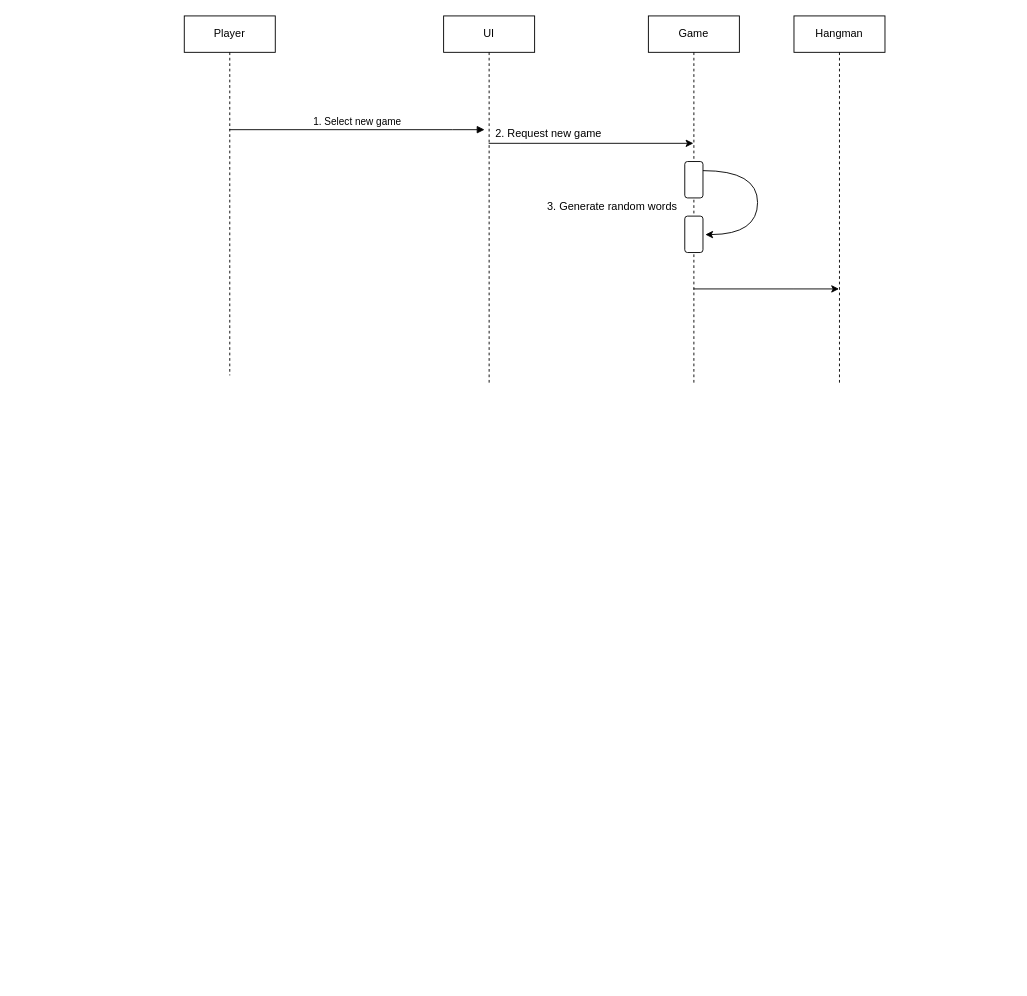
This is Use Case Diagram/Sequence Diagram.drawio from KingRei123/HangmanGame, a draw.io file, before an edit. Source tidied: cells renumbered, new cells numbered last; positions are measured from the earlier drawing's top-left corner, leaving out a move shared by most shapes. Both pictures are drawn from the tidied source at 91%, with x=0, y=0 at pixel (184, 15).
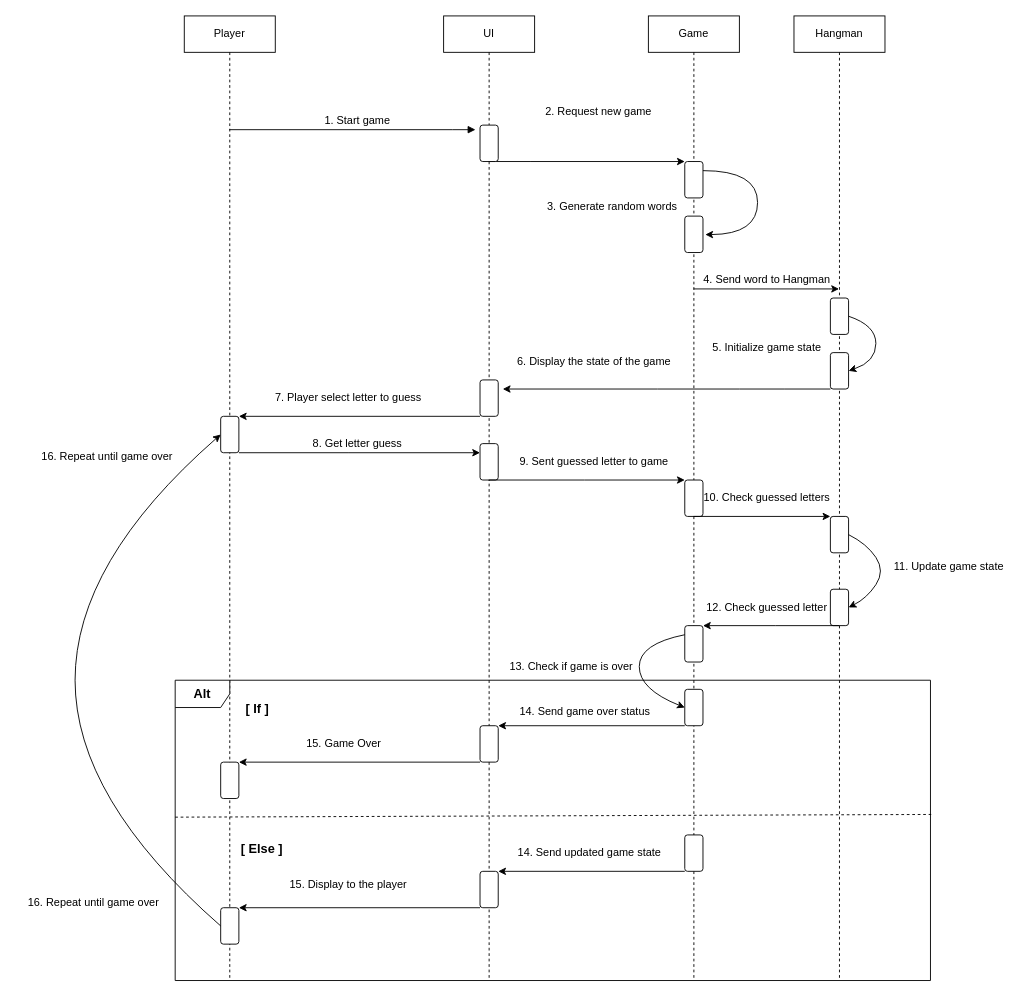
The same diagram, later.

The change refers to these unchanged cells:
```xml
<mxCell id="11" style="rounded=1;whiteSpace=wrap;html=1;rotation=90;" parent="10" vertex="1">
  <mxGeometry x="-10" y="10" width="40" height="20" as="geometry" />
</mxCell>
```

Diff of the diagram source:
```diff
@@
     <mxCell id="2" value="Player" style="shape=umlLifeline;perimeter=lifelinePerimeter;whiteSpace=wrap;html=1;outlineConnect=0;portConstraint=eastwest;newEdgeStyle={&quot;edgeStyle&quot;:&quot;elbowEdgeStyle&quot;,&quot;elbow&quot;:&quot;vertical&quot;,&quot;curved&quot;:0,&quot;rounded&quot;:0};" parent="1" vertex="1">
-      <mxGeometry width="100" height="395" as="geometry" />
+      <mxGeometry width="100" height="1060" as="geometry" />
     </mxCell>
     <mxCell id="3" value="UI" style="shape=umlLifeline;perimeter=lifelinePerimeter;whiteSpace=wrap;html=1;outlineConnect=0;portConstraint=eastwest;newEdgeStyle={&quot;edgeStyle&quot;:&quot;elbowEdgeStyle&quot;,&quot;elbow&quot;:&quot;vertical&quot;,&quot;curved&quot;:0,&quot;rounded&quot;:0};" parent="1" vertex="1">
-      <mxGeometry x="285" width="100" height="405" as="geometry" />
+      <mxGeometry x="285" width="100" height="1060" as="geometry" />
     </mxCell>
-    <mxCell id="4" value="1. Select new game" style="html=1;verticalAlign=bottom;endArrow=block;edgeStyle=elbowEdgeStyle;elbow=vertical;curved=0;rounded=0;" parent="1" edge="1" source="2">
+    <mxCell id="4" style="html=1;verticalAlign=bottom;endArrow=block;edgeStyle=elbowEdgeStyle;elbow=vertical;curved=0;rounded=0;" parent="1" edge="1" source="2">
       <mxGeometry relative="1" as="geometry">
-        <mxPoint x="330" y="125" as="targetPoint" />
+        <mxPoint x="320" y="125" as="targetPoint" />
         <Array as="points">
           <mxPoint x="295" y="125" />
         </Array>
       </mxGeometry>
     </mxCell>
     <mxCell id="5" value="Game" style="shape=umlLifeline;perimeter=lifelinePerimeter;whiteSpace=wrap;html=1;outlineConnect=0;portConstraint=eastwest;newEdgeStyle={&quot;edgeStyle&quot;:&quot;elbowEdgeStyle&quot;,&quot;elbow&quot;:&quot;vertical&quot;,&quot;curved&quot;:0,&quot;rounded&quot;:0};" parent="1" vertex="1">
-      <mxGeometry x="510" width="100" height="405" as="geometry" />
+      <mxGeometry x="510" width="100" height="1060" as="geometry" />
     </mxCell>
     <mxCell id="6" value="Hangman" style="shape=umlLifeline;perimeter=lifelinePerimeter;whiteSpace=wrap;html=1;outlineConnect=0;portConstraint=eastwest;newEdgeStyle={&quot;edgeStyle&quot;:&quot;elbowEdgeStyle&quot;,&quot;elbow&quot;:&quot;vertical&quot;,&quot;curved&quot;:0,&quot;rounded&quot;:0};" parent="1" vertex="1">
-      <mxGeometry x="670" width="100" height="405" as="geometry" />
+      <mxGeometry x="670" width="100" height="1060" as="geometry" />
     </mxCell>
-    <mxCell id="7" style="endArrow=classic;html=1;rounded=0;" parent="1" edge="1" source="3" target="5">
+    <mxCell id="7" style="endArrow=classic;html=1;rounded=0;startArrow=none;entryX=0;entryY=1;entryDx=0;entryDy=0;" parent="1" edge="1" source="3" target="11">
       <mxGeometry relative="1" as="geometry">
         <Array as="points">
-          <mxPoint x="370" y="140" />
+          <mxPoint x="380" y="160" />
         </Array>
       </mxGeometry>
     </mxCell>
     <mxCell id="8" value="2. Request new game" style="text;html=1;align=center;verticalAlign=middle;strokeColor=none;fillColor=none;" parent="1" vertex="1">
-      <mxGeometry x="330" y="115" width="140" height="30" as="geometry" />
+      <mxGeometry x="385" y="90" width="140" height="30" as="geometry" />
     </mxCell>
@@
+    <mxCell id="15" value="4. Send word to Hangman" style="text;html=1;align=center;verticalAlign=middle;strokeColor=none;fillColor=none;" parent="1" vertex="1">
+      <mxGeometry x="560" y="275" width="160" height="30" as="geometry" />
+    </mxCell>
+    <mxCell id="16" style="rounded=1;whiteSpace=wrap;html=1;rotation=90;" parent="1" vertex="1">
+      <mxGeometry x="700" y="320" width="40" height="20" as="geometry" />
+    </mxCell>
+    <mxCell id="17" style="rounded=1;whiteSpace=wrap;html=1;rotation=90;" parent="1" vertex="1">
+      <mxGeometry x="700" y="380" width="40" height="20" as="geometry" />
+    </mxCell>
+    <mxCell id="18" style="curved=1;endArrow=classic;html=1;rounded=0;exitX=0.5;exitY=0;exitDx=0;exitDy=0;entryX=0.5;entryY=0;entryDx=0;entryDy=0;" parent="1" edge="1" source="16" target="17">
+      <mxGeometry relative="1" as="geometry">
+        <Array as="points">
+          <mxPoint x="760" y="340" />
+          <mxPoint x="760" y="380" />
+        </Array>
+      </mxGeometry>
+    </mxCell>
+    <mxCell id="19" value="5. Initialize game state" style="text;html=1;align=center;verticalAlign=middle;strokeColor=none;fillColor=none;" parent="1" vertex="1">
+      <mxGeometry x="570" y="350" width="140" height="30" as="geometry" />
+    </mxCell>
+    <mxCell id="20" style="rounded=1;whiteSpace=wrap;html=1;rotation=90;" parent="1" vertex="1">
+      <mxGeometry x="315" y="410" width="40" height="20" as="geometry" />
+    </mxCell>
+    <mxCell id="21" style="endArrow=classic;html=1;rounded=0;exitX=1;exitY=1;exitDx=0;exitDy=0;" parent="1" edge="1" source="17">
+      <mxGeometry relative="1" as="geometry">
+        <mxPoint x="350" y="410" as="targetPoint" />
+        <Array as="points">
+          <mxPoint x="660" y="410" />
+          <mxPoint x="610" y="410" />
+          <mxPoint x="520" y="410" />
+        </Array>
+      </mxGeometry>
+    </mxCell>
+    <mxCell id="22" value="6. Display the state of the game" style="text;html=1;align=center;verticalAlign=middle;strokeColor=none;fillColor=none;" parent="1" vertex="1">
+      <mxGeometry x="355" y="365" width="190" height="30" as="geometry" />
+    </mxCell>
+    <mxCell id="23" style="rounded=1;whiteSpace=wrap;html=1;rotation=90;" parent="1" vertex="1">
+      <mxGeometry x="30" y="450" width="40" height="20" as="geometry" />
+    </mxCell>
+    <mxCell id="24" style="endArrow=classic;html=1;rounded=0;entryX=0;entryY=0;entryDx=0;entryDy=0;exitX=1;exitY=1;exitDx=0;exitDy=0;" parent="1" edge="1" source="20" target="23">
+      <mxGeometry relative="1" as="geometry" />
+    </mxCell>
+    <mxCell id="25" value="7. Player select letter to guess" style="text;html=1;align=center;verticalAlign=middle;strokeColor=none;fillColor=none;" parent="1" vertex="1">
+      <mxGeometry x="90" y="405" width="180" height="30" as="geometry" />
+    </mxCell>
+    <mxCell id="26" style="rounded=1;whiteSpace=wrap;html=1;rotation=90;" parent="1" vertex="1">
+      <mxGeometry x="315" y="480" width="40" height="20" as="geometry" />
+    </mxCell>
+    <mxCell id="27" style="edgeStyle=none;jettySize=auto;html=1;rounded=0;exitX=1;exitY=0;exitDx=0;exitDy=0;entryX=0.25;entryY=1;entryDx=0;entryDy=0;" parent="1" edge="1" source="23" target="26">
+      <mxGeometry relative="1" as="geometry">
+        <Array as="points">
+          <mxPoint x="180" y="480" />
+        </Array>
+      </mxGeometry>
+    </mxCell>
+    <mxCell id="28" value="8. Get letter guess" style="text;html=1;align=center;verticalAlign=middle;strokeColor=none;fillColor=none;" parent="1" vertex="1">
+      <mxGeometry x="130" y="455" width="120" height="30" as="geometry" />
+    </mxCell>
+    <mxCell id="29" style="rounded=1;whiteSpace=wrap;html=1;rotation=90;" parent="1" vertex="1">
+      <mxGeometry x="540" y="520" width="40" height="20" as="geometry" />
+    </mxCell>
+    <mxCell id="30" style="endArrow=classic;html=1;rounded=0;" parent="1" edge="1" source="3">
+      <mxGeometry relative="1" as="geometry">
+        <mxPoint x="550" y="510" as="targetPoint" />
+        <Array as="points">
+          <mxPoint x="440" y="510" />
+        </Array>
+      </mxGeometry>
+    </mxCell>
+    <mxCell id="31" value="9. Sent guessed letter to game" style="text;html=1;align=center;verticalAlign=middle;strokeColor=none;fillColor=none;" parent="1" vertex="1">
+      <mxGeometry x="355" y="475" width="190" height="30" as="geometry" />
+    </mxCell>
+    <mxCell id="32" style="rounded=1;whiteSpace=wrap;html=1;rotation=90;" parent="1" vertex="1">
+      <mxGeometry x="700" y="560" width="40" height="20" as="geometry" />
+    </mxCell>
+    <mxCell id="33" style="endArrow=classic;html=1;rounded=0;entryX=0;entryY=1;entryDx=0;entryDy=0;" parent="1" edge="1" source="5" target="32">
+      <mxGeometry relative="1" as="geometry" />
+    </mxCell>
+    <mxCell id="34" value="10. Check guessed letters" style="text;html=1;align=center;verticalAlign=middle;strokeColor=none;fillColor=none;" parent="1" vertex="1">
+      <mxGeometry x="560" y="515" width="160" height="30" as="geometry" />
+    </mxCell>
+    <mxCell id="35" style="rounded=1;whiteSpace=wrap;html=1;rotation=90;" parent="1" vertex="1">
+      <mxGeometry x="700" y="640" width="40" height="20" as="geometry" />
+    </mxCell>
+    <mxCell id="36" style="curved=1;endArrow=classic;html=1;rounded=0;entryX=0.5;entryY=0;entryDx=0;entryDy=0;exitX=0.5;exitY=0;exitDx=0;exitDy=0;" parent="1" edge="1" source="32" target="35">
+      <mxGeometry relative="1" as="geometry">
+        <Array as="points">
+          <mxPoint x="750" y="580" />
+          <mxPoint x="770" y="610" />
+          <mxPoint x="750" y="640" />
+        </Array>
+      </mxGeometry>
+    </mxCell>
+    <mxCell id="37" value="11. Update game state" style="text;html=1;align=center;verticalAlign=middle;strokeColor=none;fillColor=none;" parent="1" vertex="1">
+      <mxGeometry x="770" y="590" width="140" height="30" as="geometry" />
+    </mxCell>
+    <mxCell id="38" style="rounded=1;whiteSpace=wrap;html=1;rotation=90;" parent="1" vertex="1">
+      <mxGeometry x="540" y="680" width="40" height="20" as="geometry" />
+    </mxCell>
+    <mxCell id="39" style="endArrow=classic;html=1;rounded=0;" parent="1" edge="1" source="6">
+      <mxGeometry relative="1" as="geometry">
+        <mxPoint x="570" y="670" as="targetPoint" />
+        <Array as="points">
+          <mxPoint x="650" y="670" />
+        </Array>
+      </mxGeometry>
+    </mxCell>
+    <mxCell id="40" value="12. Check guessed letter" style="text;html=1;align=center;verticalAlign=middle;strokeColor=none;fillColor=none;" parent="1" vertex="1">
+      <mxGeometry x="560" y="635" width="160" height="30" as="geometry" />
+    </mxCell>
+    <mxCell id="41" value="1. Start game" style="text;html=1;align=center;verticalAlign=middle;strokeColor=none;fillColor=none;" parent="1" vertex="1">
+      <mxGeometry x="140" y="100" width="100" height="30" as="geometry" />
+    </mxCell>
+    <mxCell id="42" style="endArrow=none;html=1;rounded=0;" parent="1" edge="1" source="3" target="43">
+      <mxGeometry relative="1" as="geometry" />
+    </mxCell>
+    <mxCell id="43" style="rounded=1;whiteSpace=wrap;html=1;rotation=90;" parent="1" vertex="1">
+      <mxGeometry x="315" y="130" width="40" height="20" as="geometry" />
+    </mxCell>
+    <mxCell id="44" style="rounded=1;whiteSpace=wrap;html=1;rotation=90;" parent="1" vertex="1">
+      <mxGeometry x="540" y="750" width="40" height="20" as="geometry" />
+    </mxCell>
+    <mxCell id="45" style="curved=1;endArrow=classic;html=1;rounded=0;exitX=0.25;exitY=1;exitDx=0;exitDy=0;entryX=0.5;entryY=1;entryDx=0;entryDy=0;" parent="1" edge="1" source="38" target="44">
+      <mxGeometry relative="1" as="geometry">
+        <Array as="points">
+          <mxPoint x="500" y="690" />
+          <mxPoint x="500" y="740" />
+        </Array>
+      </mxGeometry>
+    </mxCell>
+    <mxCell id="46" value="13. Check if game is over" style="text;html=1;align=center;verticalAlign=middle;strokeColor=none;fillColor=none;" parent="1" vertex="1">
+      <mxGeometry x="345" y="700" width="160" height="30" as="geometry" />
+    </mxCell>
+    <mxCell id="47" value="&lt;font style=&quot;font-size: 14px;&quot;&gt;&lt;b&gt;Alt&lt;/b&gt;&lt;/font&gt;" style="shape=umlFrame;whiteSpace=wrap;html=1;" parent="1" vertex="1">
+      <mxGeometry x="-10" y="730" width="830" height="330" as="geometry" />
+    </mxCell>
+    <mxCell id="48" style="endArrow=none;dashed=1;html=1;rounded=0;entryX=1.001;entryY=0.447;entryDx=0;entryDy=0;entryPerimeter=0;exitX=0;exitY=0.456;exitDx=0;exitDy=0;exitPerimeter=0;" parent="1" edge="1" source="47" target="47">
+      <mxGeometry relative="1" as="geometry" />
+    </mxCell>
+    <mxCell id="49" style="rounded=1;whiteSpace=wrap;html=1;rotation=90;" parent="1" vertex="1">
+      <mxGeometry x="315" y="790" width="40" height="20" as="geometry" />
+    </mxCell>
+    <mxCell id="50" style="endArrow=classic;html=1;rounded=0;entryX=0;entryY=0;entryDx=0;entryDy=0;exitX=1;exitY=1;exitDx=0;exitDy=0;" parent="1" edge="1" source="44" target="49">
+      <mxGeometry relative="1" as="geometry" />
+    </mxCell>
+    <mxCell id="51" value="14. Send game over status" style="text;html=1;align=center;verticalAlign=middle;strokeColor=none;fillColor=none;" parent="1" vertex="1">
+      <mxGeometry x="355" y="750" width="170" height="30" as="geometry" />
+    </mxCell>
+    <mxCell id="52" style="rounded=1;whiteSpace=wrap;html=1;rotation=90;" parent="1" vertex="1">
+      <mxGeometry x="540" y="910" width="40" height="20" as="geometry" />
+    </mxCell>
+    <mxCell id="53" style="rounded=1;whiteSpace=wrap;html=1;rotation=90;" parent="1" vertex="1">
+      <mxGeometry x="315" y="950" width="40" height="20" as="geometry" />
+    </mxCell>
+    <mxCell id="54" style="rounded=1;whiteSpace=wrap;html=1;rotation=90;" parent="1" vertex="1">
+      <mxGeometry x="30" y="830" width="40" height="20" as="geometry" />
+    </mxCell>
+    <mxCell id="55" style="endArrow=classic;html=1;rounded=0;entryX=0;entryY=0;entryDx=0;entryDy=0;exitX=1;exitY=1;exitDx=0;exitDy=0;" parent="1" edge="1" source="49" target="54">
+      <mxGeometry relative="1" as="geometry" />
+    </mxCell>
+    <mxCell id="56" value="15. Game Over" style="text;html=1;align=center;verticalAlign=middle;strokeColor=none;fillColor=none;" parent="1" vertex="1">
+      <mxGeometry x="120" y="785" width="110" height="30" as="geometry" />
+    </mxCell>
+    <mxCell id="57" style="endArrow=classic;html=1;rounded=0;entryX=0;entryY=0;entryDx=0;entryDy=0;exitX=1;exitY=1;exitDx=0;exitDy=0;" parent="1" edge="1" source="52" target="53">
+      <mxGeometry relative="1" as="geometry" />
+    </mxCell>
+    <mxCell id="58" value="14. Send updated game state" style="text;html=1;align=center;verticalAlign=middle;strokeColor=none;fillColor=none;" parent="1" vertex="1">
+      <mxGeometry x="355" y="905" width="180" height="30" as="geometry" />
+    </mxCell>
+    <mxCell id="59" style="rounded=1;whiteSpace=wrap;html=1;rotation=90;" parent="1" vertex="1">
+      <mxGeometry x="30" y="990" width="40" height="20" as="geometry" />
+    </mxCell>
+    <mxCell id="60" style="endArrow=classic;html=1;rounded=0;entryX=0;entryY=0;entryDx=0;entryDy=0;exitX=1;exitY=1;exitDx=0;exitDy=0;" parent="1" edge="1" source="53" target="59">
+      <mxGeometry relative="1" as="geometry" />
+    </mxCell>
+    <mxCell id="61" value="15. Display to the player" style="text;html=1;align=center;verticalAlign=middle;strokeColor=none;fillColor=none;" parent="1" vertex="1">
+      <mxGeometry x="105" y="940" width="150" height="30" as="geometry" />
+    </mxCell>
+    <mxCell id="62" style="curved=1;endArrow=classic;html=1;rounded=0;entryX=0.5;entryY=1;entryDx=0;entryDy=0;exitX=0.5;exitY=1;exitDx=0;exitDy=0;" parent="1" edge="1" source="59" target="23">
+      <mxGeometry relative="1" as="geometry">
+        <Array as="points">
+          <mxPoint x="-120" y="860" />
+          <mxPoint x="-120" y="600" />
+        </Array>
+      </mxGeometry>
+    </mxCell>
+    <mxCell id="63" value="16. Repeat until game over" style="text;html=1;align=center;verticalAlign=middle;strokeColor=none;fillColor=none;" parent="1" vertex="1">
+      <mxGeometry x="-170" y="470" width="170" height="30" as="geometry" />
+    </mxCell>
+    <mxCell id="64" value="16. Repeat until game over" style="text;html=1;align=center;verticalAlign=middle;strokeColor=none;fillColor=none;" parent="1" vertex="1">
+      <mxGeometry x="-185" y="960" width="170" height="30" as="geometry" />
+    </mxCell>
+    <mxCell id="65" value="&lt;b&gt;&lt;font style=&quot;font-size: 14px;&quot;&gt;[ If ]&lt;/font&gt;&lt;/b&gt;" style="text;html=1;align=center;verticalAlign=middle;strokeColor=none;fillColor=none;" parent="1" vertex="1">
+      <mxGeometry x="55" y="747" width="50" height="30" as="geometry" />
+    </mxCell>
+    <mxCell id="66" value="&lt;span style=&quot;font-size: 14px;&quot;&gt;&lt;b&gt;[ Else ]&lt;/b&gt;&lt;/span&gt;" style="text;html=1;align=center;verticalAlign=middle;strokeColor=none;fillColor=none;" parent="1" vertex="1">
+      <mxGeometry x="50" y="900" width="70" height="30" as="geometry" />
+    </mxCell>
```
